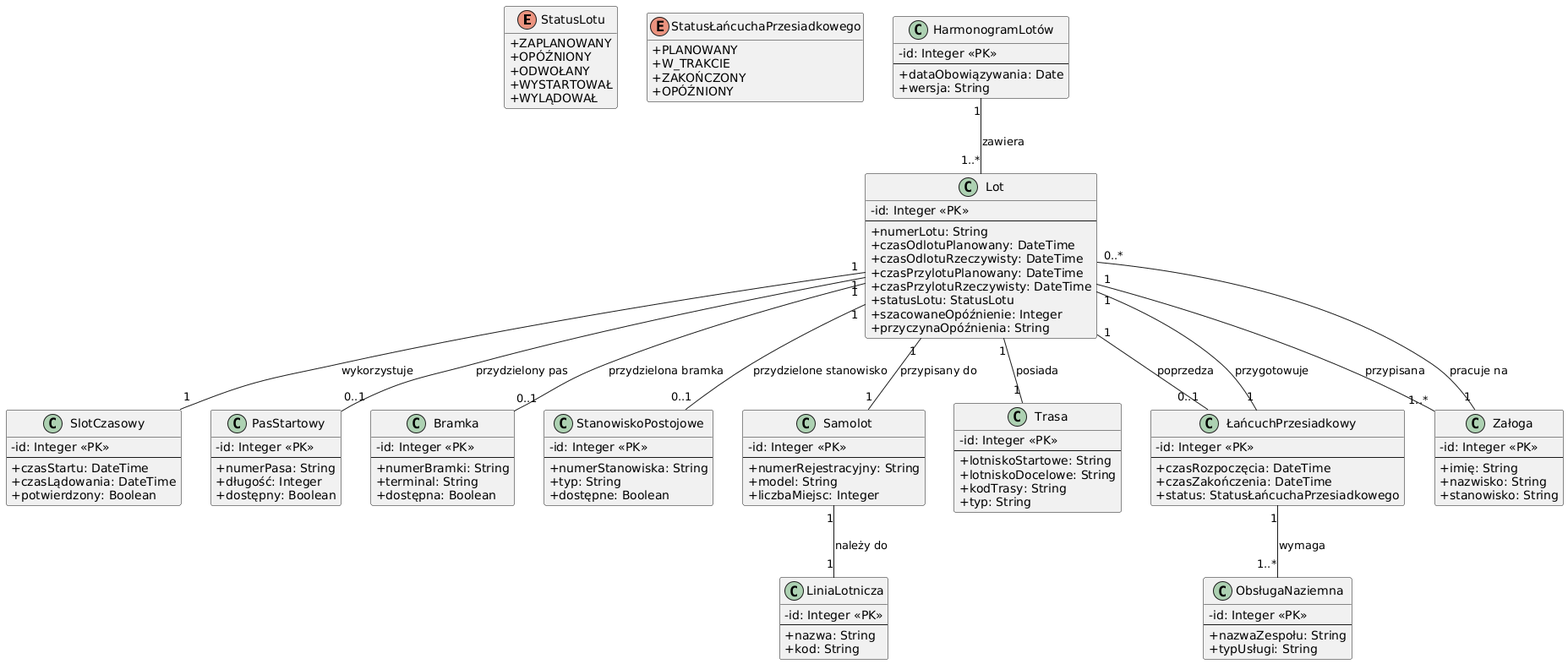
Before: Etap I/Diagram_klas/Diagram_klas_loty_i_harmonogramy.png, a diagram exported from PlantUML (lsok02/PSI). Its source is kept beside it as Etap I/Diagram_klas/Diagram_klas_loty_i_harmonogramy.puml. Source of this version:
```plantuml
@startuml Loty i harmonogramy
hide methods
skinparam classAttributeIconSize 0

enum StatusLotu {
+ ZAPLANOWANY
+ OPÓŹNIONY
+ ODWOŁANY
+ WYSTARTOWAŁ
+ WYLĄDOWAŁ
}

enum StatusŁańcuchaPrzesiadkowego {
+ PLANOWANY
+ W_TRAKCIE
+ ZAKOŃCZONY
+ OPÓŹNIONY
}

class Lot {
- id: Integer <<PK>>
--
+ numerLotu: String
+ czasOdlotuPlanowany: DateTime
+ czasOdlotuRzeczywisty: DateTime
+ czasPrzylotuPlanowany: DateTime
+ czasPrzylotuRzeczywisty: DateTime
+ statusLotu: StatusLotu
+ szacowaneOpóźnienie: Integer
+ przyczynaOpóźnienia: String
}

class HarmonogramLotów {
- id: Integer <<PK>>
--
+ dataObowiązywania: Date
+ wersja: String
}

class SlotCzasowy {
- id: Integer <<PK>>
--
+ czasStartu: DateTime
+ czasLądowania: DateTime
+ potwierdzony: Boolean
}

class PasStartowy {
- id: Integer <<PK>>
--
+ numerPasa: String
+ długość: Integer
+ dostępny: Boolean
}

class Bramka {
- id: Integer <<PK>>
--
+ numerBramki: String
+ terminal: String
+ dostępna: Boolean
}

class StanowiskoPostojowe {
- id: Integer <<PK>>
--
+ numerStanowiska: String
+ typ: String
+ dostępne: Boolean
}

class Samolot {
- id: Integer <<PK>>
--
+ numerRejestracyjny: String
+ model: String
+ liczbaMiejsc: Integer
}

class LiniaLotnicza {
- id: Integer <<PK>>
--
+ nazwa: String
+ kod: String
}

class Trasa {
- id: Integer <<PK>>
--
+ lotniskoStartowe: String
+ lotniskoDocelowe: String
+ kodTrasy: String
+ typ: String
}

class ŁańcuchPrzesiadkowy {
- id: Integer <<PK>>
--
+ czasRozpoczęcia: DateTime
+ czasZakończenia: DateTime
+ status: StatusŁańcuchaPrzesiadkowego
}

class Załoga {
- id: Integer <<PK>>
--
+ imię: String
+ nazwisko: String
+ stanowisko: String
}

class ObsługaNaziemna {
- id: Integer <<PK>>
--
+ nazwaZespołu: String
+ typUsługi: String
}


HarmonogramLotów "1" -- "1..*" Lot : zawiera
Lot "1" -- "1" Trasa : posiada
Lot "1" -- "1" SlotCzasowy : wykorzystuje
Lot "1" -- "1" Samolot : przypisany do
Samolot "1" -- "1" LiniaLotnicza : należy do
Lot "1" -- "0..1" PasStartowy : przydzielony pas
Lot "1" -- "0..1" Bramka : przydzielona bramka
Lot "1" -- "0..1" StanowiskoPostojowe : przydzielone stanowisko

Lot "1" -- "0..1" ŁańcuchPrzesiadkowy : poprzedza
ŁańcuchPrzesiadkowy "1" -- "1" Lot : przygotowuje
ŁańcuchPrzesiadkowy "1" -- "1..*" ObsługaNaziemna : wymaga

Lot "1" -- "1..*" Załoga : przypisana
Załoga "1" -- "0..*" Lot : pracuje na
@enduml
```
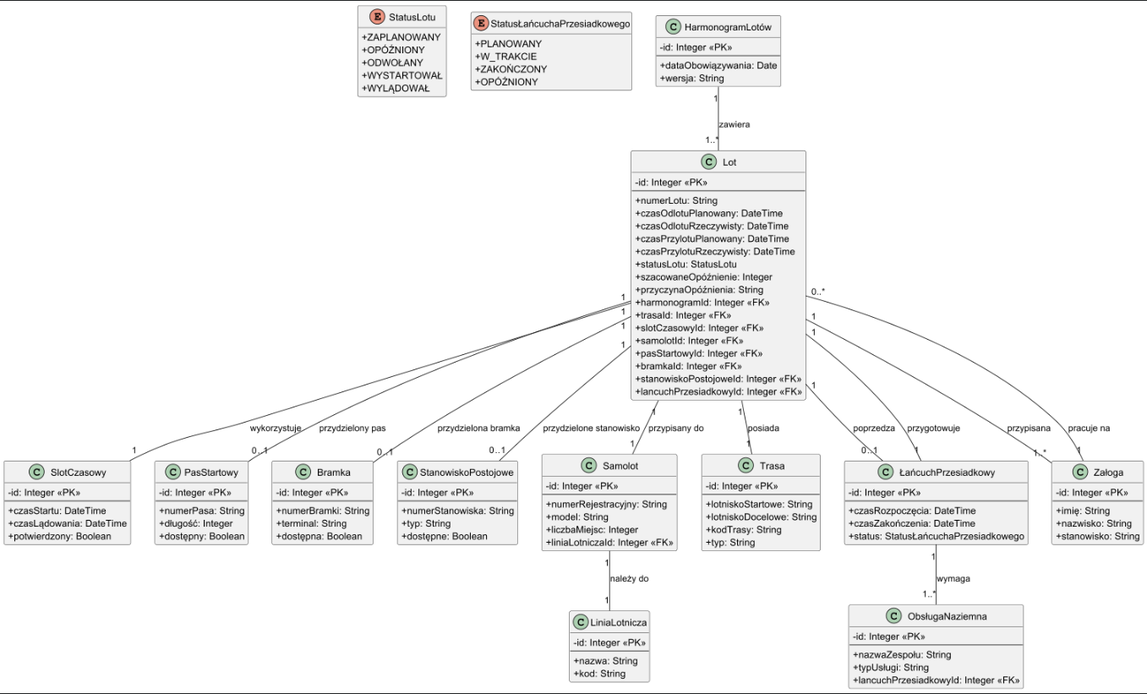
After the change.

Commit message:
add class diagram

Diff of the diagram source:
```diff
@@ -28,6 +28,14 @@
 + statusLotu: StatusLotu
 + szacowaneOpóźnienie: Integer
 + przyczynaOpóźnienia: String
++ harmonogramId: Integer <<FK>>
++ trasaId: Integer <<FK>>
++ slotCzasowyId: Integer <<FK>>
++ samolotId: Integer <<FK>>
++ pasStartowyId: Integer <<FK>>
++ bramkaId: Integer <<FK>>
++ stanowiskoPostojoweId: Integer <<FK>>
++ lancuchPrzesiadkowyId: Integer <<FK>>
 }
 
 class HarmonogramLotów {
@@ -75,6 +83,7 @@
 + numerRejestracyjny: String
 + model: String
 + liczbaMiejsc: Integer
++ liniaLotniczaId: Integer <<FK>>
 }
 
 class LiniaLotnicza {
@@ -114,6 +123,7 @@
 --
 + nazwaZespołu: String
 + typUsługi: String
++ lancuchPrzesiadkowyId: Integer <<FK>>
 }
 
 
```
